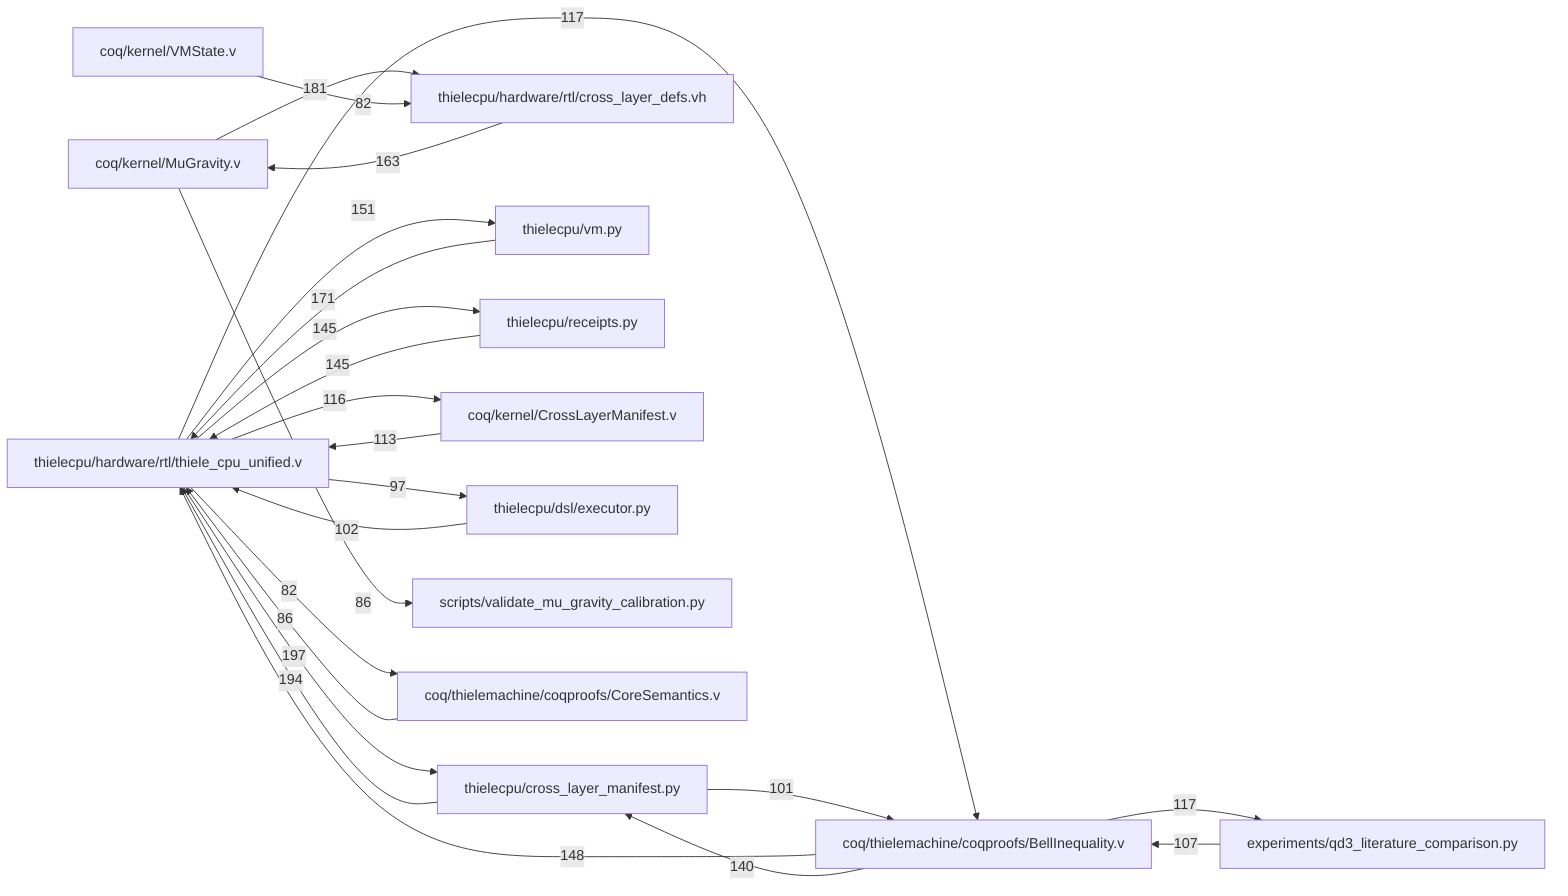
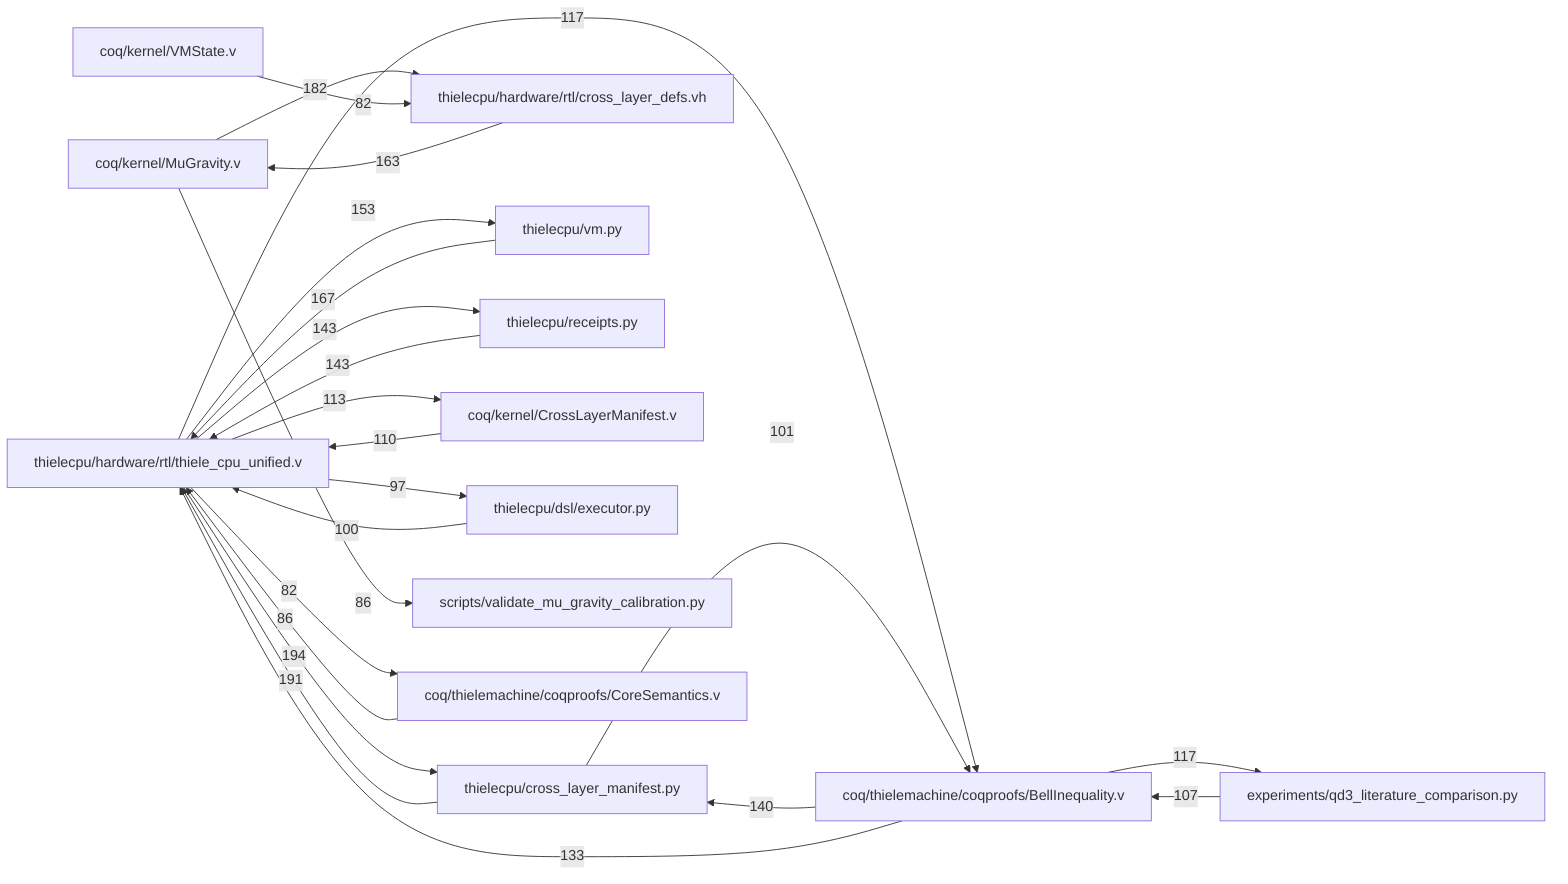
flowchart LR
  N1["thielecpu/hardware/rtl/thiele_cpu_unified.v"]
  N2["thielecpu/cross_layer_manifest.py"]
-   N1 -->|197| N2
+   N1 -->|194| N2
  N2["thielecpu/cross_layer_manifest.py"]
  N1["thielecpu/hardware/rtl/thiele_cpu_unified.v"]
-   N2 -->|194| N1
+   N2 -->|191| N1
  N3["coq/kernel/MuGravity.v"]
  N4["thielecpu/hardware/rtl/cross_layer_defs.vh"]
-   N3 -->|181| N4
+   N3 -->|182| N4
  N5["thielecpu/vm.py"]
  N1["thielecpu/hardware/rtl/thiele_cpu_unified.v"]
-   N5 -->|171| N1
+   N5 -->|167| N1
  N4["thielecpu/hardware/rtl/cross_layer_defs.vh"]
  N3["coq/kernel/MuGravity.v"]
  N4 -->|163| N3
  N1["thielecpu/hardware/rtl/thiele_cpu_unified.v"]
  N5["thielecpu/vm.py"]
-   N1 -->|151| N5
-   N6["coq/thielemachine/coqproofs/BellInequality.v"]
+   N1 -->|153| N5
  N1["thielecpu/hardware/rtl/thiele_cpu_unified.v"]
-   N6 -->|148| N1
+   N6["thielecpu/receipts.py"]
+   N1 -->|143| N6
+   N6["thielecpu/receipts.py"]
  N1["thielecpu/hardware/rtl/thiele_cpu_unified.v"]
-   N7["thielecpu/receipts.py"]
-   N1 -->|145| N7
-   N7["thielecpu/receipts.py"]
+   N6 -->|143| N1
+   N7["coq/thielemachine/coqproofs/BellInequality.v"]
+   N2["thielecpu/cross_layer_manifest.py"]
+   N7 -->|140| N2
+   N7["coq/thielemachine/coqproofs/BellInequality.v"]
  N1["thielecpu/hardware/rtl/thiele_cpu_unified.v"]
-   N7 -->|145| N1
-   N6["coq/thielemachine/coqproofs/BellInequality.v"]
-   N2["thielecpu/cross_layer_manifest.py"]
-   N6 -->|140| N2
-   N6["coq/thielemachine/coqproofs/BellInequality.v"]
+   N7 -->|133| N1
+   N7["coq/thielemachine/coqproofs/BellInequality.v"]
  N8["experiments/qd3_literature_comparison.py"]
-   N6 -->|117| N8
+   N7 -->|117| N8
  N1["thielecpu/hardware/rtl/thiele_cpu_unified.v"]
-   N6["coq/thielemachine/coqproofs/BellInequality.v"]
-   N1 -->|117| N6
+   N7["coq/thielemachine/coqproofs/BellInequality.v"]
+   N1 -->|117| N7
  N1["thielecpu/hardware/rtl/thiele_cpu_unified.v"]
  N9["coq/kernel/CrossLayerManifest.v"]
-   N1 -->|116| N9
+   N1 -->|113| N9
  N9["coq/kernel/CrossLayerManifest.v"]
  N1["thielecpu/hardware/rtl/thiele_cpu_unified.v"]
-   N9 -->|113| N1
+   N9 -->|110| N1
  N8["experiments/qd3_literature_comparison.py"]
-   N6["coq/thielemachine/coqproofs/BellInequality.v"]
-   N8 -->|107| N6
+   N7["coq/thielemachine/coqproofs/BellInequality.v"]
+   N8 -->|107| N7
+   N2["thielecpu/cross_layer_manifest.py"]
+   N7["coq/thielemachine/coqproofs/BellInequality.v"]
+   N2 -->|101| N7
  N10["thielecpu/dsl/executor.py"]
  N1["thielecpu/hardware/rtl/thiele_cpu_unified.v"]
-   N10 -->|102| N1
-   N2["thielecpu/cross_layer_manifest.py"]
-   N6["coq/thielemachine/coqproofs/BellInequality.v"]
-   N2 -->|101| N6
+   N10 -->|100| N1
  N1["thielecpu/hardware/rtl/thiele_cpu_unified.v"]
  N10["thielecpu/dsl/executor.py"]
  N1 -->|97| N10
  N3["coq/kernel/MuGravity.v"]
  N11["scripts/validate_mu_gravity_calibration.py"]
  N3 -->|86| N11
  N12["coq/thielemachine/coqproofs/CoreSemantics.v"]
  N1["thielecpu/hardware/rtl/thiele_cpu_unified.v"]
  N12 -->|86| N1
  N13["coq/kernel/VMState.v"]
  N4["thielecpu/hardware/rtl/cross_layer_defs.vh"]
  N13 -->|82| N4
  N1["thielecpu/hardware/rtl/thiele_cpu_unified.v"]
  N12["coq/thielemachine/coqproofs/CoreSemantics.v"]
  N1 -->|82| N12
